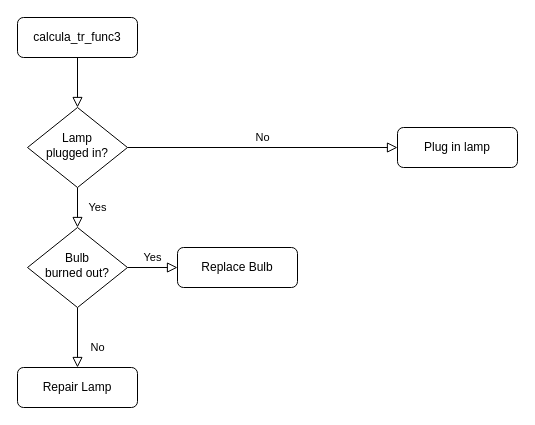
Above: fig1_Transmittance/Diagrama sem nome.drawio in anderson-ferreira-83/Article_publish_comp_lattices_thin_plate_2023_anderson_83 (draw.io), before the change. Source tidied: cells renumbered, new cells numbered last; positions are measured from the earlier drawing's top-left corner, leaving out a move shared by most shapes. Both pictures are drawn from the tidied source at 100%, with x=0, y=0 at pixel (17, 17).
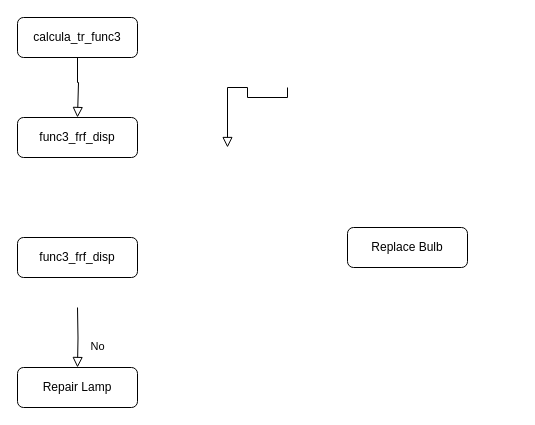
After the change.

The edit, as a diff of the source:
```diff
@@
 <mxGraphModel>
   <root>
     <mxCell id="0" />
     <mxCell id="1" parent="0" />
-    <mxCell id="2" style="rounded=0;html=1;jettySize=auto;fontSize=11;endArrow=block;endFill=0;endSize=8;strokeWidth=1;shadow=0;labelBackgroundColor=none;edgeStyle=orthogonalEdgeStyle;" parent="1" edge="1" source="3" target="6">
-      <mxGeometry relative="1" as="geometry" />
+    <mxCell id="2" style="rounded=0;html=1;jettySize=auto;fontSize=11;endArrow=block;endFill=0;endSize=8;strokeWidth=1;shadow=0;labelBackgroundColor=none;edgeStyle=orthogonalEdgeStyle;entryX=0.5;entryY=0;entryDx=0;entryDy=0;" parent="1" edge="1" source="3" target="13">
+      <mxGeometry relative="1" as="geometry">
+        <Array as="points">
+          <mxPoint x="60" y="65" />
+          <mxPoint x="61" y="65" />
+        </Array>
+      </mxGeometry>
     </mxCell>
     <mxCell id="3" value="calcula_tr_func3" style="rounded=1;whiteSpace=wrap;html=1;fontSize=12;glass=0;strokeWidth=1;shadow=0;" parent="1" vertex="1">
       <mxGeometry width="120" height="40" as="geometry" />
     </mxCell>
-    <mxCell id="4" value="Yes" style="rounded=0;html=1;jettySize=auto;fontSize=11;endArrow=block;endFill=0;endSize=8;strokeWidth=1;shadow=0;labelBackgroundColor=none;edgeStyle=orthogonalEdgeStyle;" parent="1" edge="1" source="6" target="10">
-      <mxGeometry y="20" relative="1" as="geometry" />
-    </mxCell>
-    <mxCell id="5" value="No" style="edgeStyle=orthogonalEdgeStyle;rounded=0;html=1;jettySize=auto;fontSize=11;endArrow=block;endFill=0;endSize=8;strokeWidth=1;shadow=0;labelBackgroundColor=none;" parent="1" edge="1" source="6" target="7">
-      <mxGeometry y="10" relative="1" as="geometry" />
-    </mxCell>
-    <mxCell id="6" value="Lamp&lt;br&gt;plugged in?" style="rhombus;whiteSpace=wrap;html=1;shadow=0;fontFamily=Helvetica;fontSize=12;align=center;strokeWidth=1;spacing=6;spacingTop=-4;" parent="1" vertex="1">
-      <mxGeometry x="10" y="90" width="100" height="80" as="geometry" />
-    </mxCell>
-    <mxCell id="7" value="Plug in lamp" style="rounded=1;whiteSpace=wrap;html=1;fontSize=12;glass=0;strokeWidth=1;shadow=0;" parent="1" vertex="1">
-      <mxGeometry x="380" y="110" width="120" height="40" as="geometry" />
-    </mxCell>
-    <mxCell id="8" value="No" style="rounded=0;html=1;jettySize=auto;fontSize=11;endArrow=block;endFill=0;endSize=8;strokeWidth=1;shadow=0;labelBackgroundColor=none;edgeStyle=orthogonalEdgeStyle;" parent="1" edge="1" source="10" target="11">
-      <mxGeometry x="0.33" y="20" relative="1" as="geometry" />
+    <mxCell id="8" value="No" style="rounded=0;html=1;jettySize=auto;fontSize=11;endArrow=block;endFill=0;endSize=8;strokeWidth=1;shadow=0;labelBackgroundColor=none;edgeStyle=orthogonalEdgeStyle;" parent="1" edge="1" target="11">
+      <mxGeometry x="0.33" y="20" relative="1" as="geometry">
+        <mxPoint x="60" y="290" as="sourcePoint" />
+      </mxGeometry>
     </mxCell>
-    <mxCell id="9" value="Yes" style="edgeStyle=orthogonalEdgeStyle;rounded=0;html=1;jettySize=auto;fontSize=11;endArrow=block;endFill=0;endSize=8;strokeWidth=1;shadow=0;labelBackgroundColor=none;" parent="1" edge="1" source="10" target="12">
-      <mxGeometry y="10" relative="1" as="geometry" />
-    </mxCell>
-    <mxCell id="10" value="Bulb&lt;br&gt;burned out?" style="rhombus;whiteSpace=wrap;html=1;shadow=0;fontFamily=Helvetica;fontSize=12;align=center;strokeWidth=1;spacing=6;spacingTop=-4;" parent="1" vertex="1">
-      <mxGeometry x="10" y="210" width="100" height="80" as="geometry" />
-    </mxCell>
     <mxCell id="11" value="Repair Lamp" style="rounded=1;whiteSpace=wrap;html=1;fontSize=12;glass=0;strokeWidth=1;shadow=0;" parent="1" vertex="1">
       <mxGeometry y="350" width="120" height="40" as="geometry" />
     </mxCell>
     <mxCell id="12" value="Replace Bulb" style="rounded=1;whiteSpace=wrap;html=1;fontSize=12;glass=0;strokeWidth=1;shadow=0;" parent="1" vertex="1">
-      <mxGeometry x="160" y="230" width="120" height="40" as="geometry" />
+      <mxGeometry x="330" y="210" width="120" height="40" as="geometry" />
     </mxCell>
+    <mxCell id="13" value="func3_frf_disp" style="rounded=1;whiteSpace=wrap;html=1;fontSize=12;glass=0;strokeWidth=1;shadow=0;" parent="1" vertex="1">
+      <mxGeometry y="100" width="120" height="40" as="geometry" />
+    </mxCell>
+    <mxCell id="14" value="func3_frf_disp" style="rounded=1;whiteSpace=wrap;html=1;fontSize=12;glass=0;strokeWidth=1;shadow=0;" parent="1" vertex="1">
+      <mxGeometry y="220" width="120" height="40" as="geometry" />
+    </mxCell>
+    <mxCell id="15" style="rounded=0;html=1;jettySize=auto;orthogonalLoop=1;fontSize=11;endArrow=block;endFill=0;endSize=8;strokeWidth=1;shadow=0;labelBackgroundColor=none;edgeStyle=orthogonalEdgeStyle;" parent="1" edge="1">
+      <mxGeometry relative="1" as="geometry">
+        <mxPoint x="270" y="70" as="sourcePoint" />
+        <mxPoint x="210" y="130" as="targetPoint" />
+        <Array as="points">
+          <mxPoint x="270" y="80" />
+          <mxPoint x="230" y="80" />
+          <mxPoint x="230" y="70" />
+          <mxPoint x="210" y="70" />
+        </Array>
+      </mxGeometry>
+    </mxCell>
   </root>
 </mxGraphModel>
```
